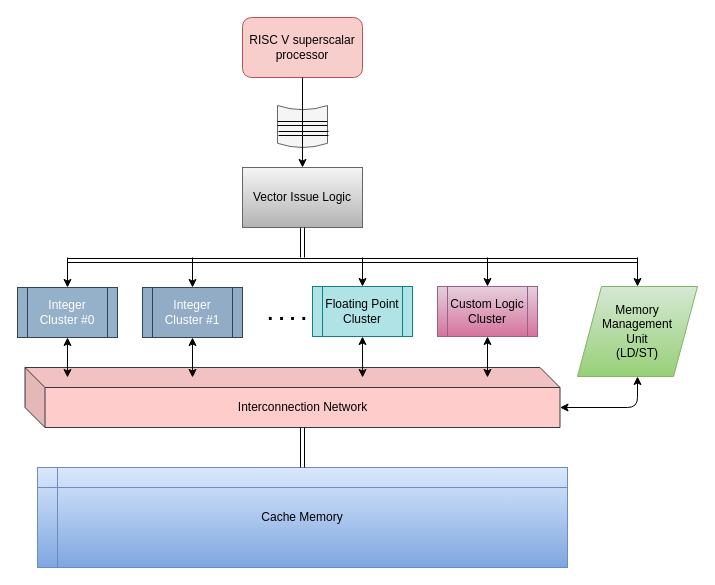
The draw.io diagram vector processor.drawio in heerahirok/CAO, before the edit. Source tidied: cells renumbered, new cells numbered last; positions are measured from the earlier drawing's top-left corner, leaving out a move shared by most shapes. Both pictures are drawn from the tidied source at 100%, with x=0, y=0 at pixel (17, 17).
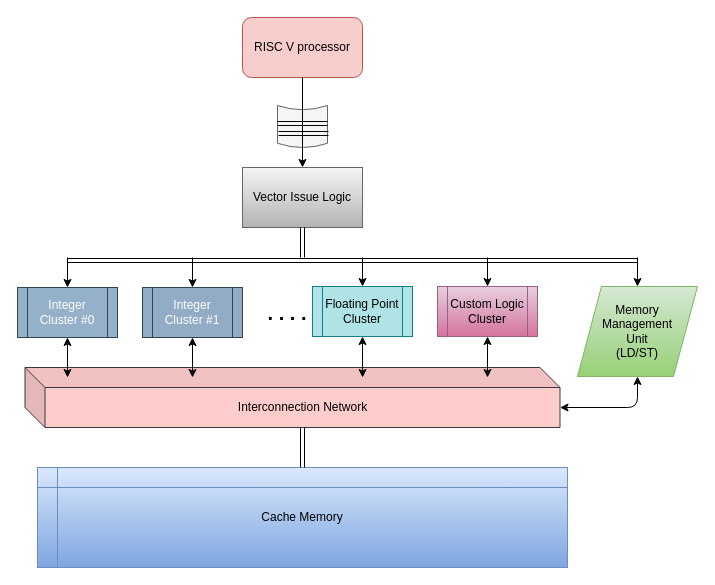
The same page after the edit.

The edit, as a diff of the source:
```diff
@@
-    <mxCell id="3" value="RISC V superscalar processor" style="rounded=1;whiteSpace=wrap;html=1;fillColor=#f8cecc;strokeColor=#b85450;" parent="1" vertex="1">
+    <mxCell id="3" value="RISC V processor" style="rounded=1;whiteSpace=wrap;html=1;fillColor=#f8cecc;strokeColor=#b85450;" parent="1" vertex="1">
       <mxGeometry x="225" width="120" height="60" as="geometry" />
     </mxCell>
```
